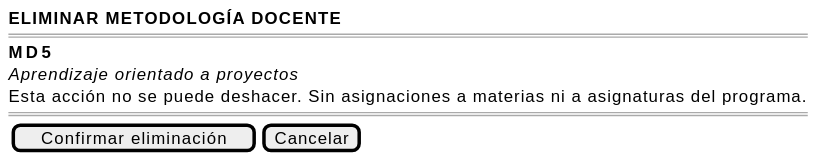
Earlier version of the PlantUML export images/RUP/01-requisitos/03-detalle-casos-uso/eliminarMetodologiaDocente/wireframe-confirmacion.svg (mmasias/pyCeldaPublico). Source of this version:
```plantuml
@startsalt eliminarMetodologiaDocente-wireframe-confirmacion
{
    <b>ELIMINAR METODOLOGÍA DOCENTE</b>
    ====
    <b>MD5</b>
    <i>Aprendizaje orientado a proyectos</i>

    Esta acción no se puede deshacer. Sin asignaciones a materias ni a asignaturas del programa.
    ====
    {[Confirmar eliminación] | [Cancelar]}
}
@endsalt
```
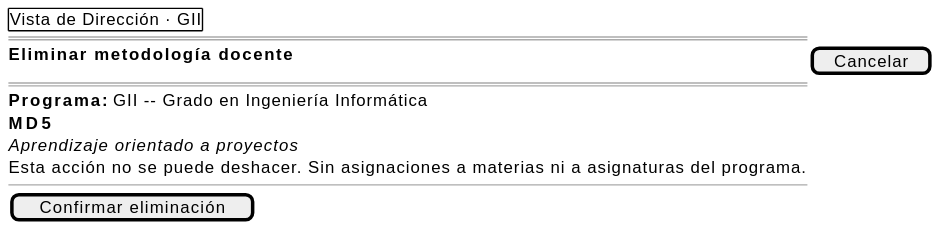
Later version of the same file.

What changed in the source:
```diff
@@ -1,12 +1,14 @@
 @startsalt eliminarMetodologiaDocente-wireframe-confirmacion
 {
-    <b>ELIMINAR METODOLOGÍA DOCENTE</b>
+    {+ Vista de Dirección · GII }
     ====
+    <b>Eliminar metodología docente</b> | [ Cancelar ]
+    ====
+    <b>Programa:</b> GII -- Grado en Ingeniería Informática
     <b>MD5</b>
     <i>Aprendizaje orientado a proyectos</i>
-
     Esta acción no se puede deshacer. Sin asignaciones a materias ni a asignaturas del programa.
-    ====
-    {[Confirmar eliminación] | [Cancelar]}
+    --
+    [Confirmar eliminación]
 }
 @endsalt
```
